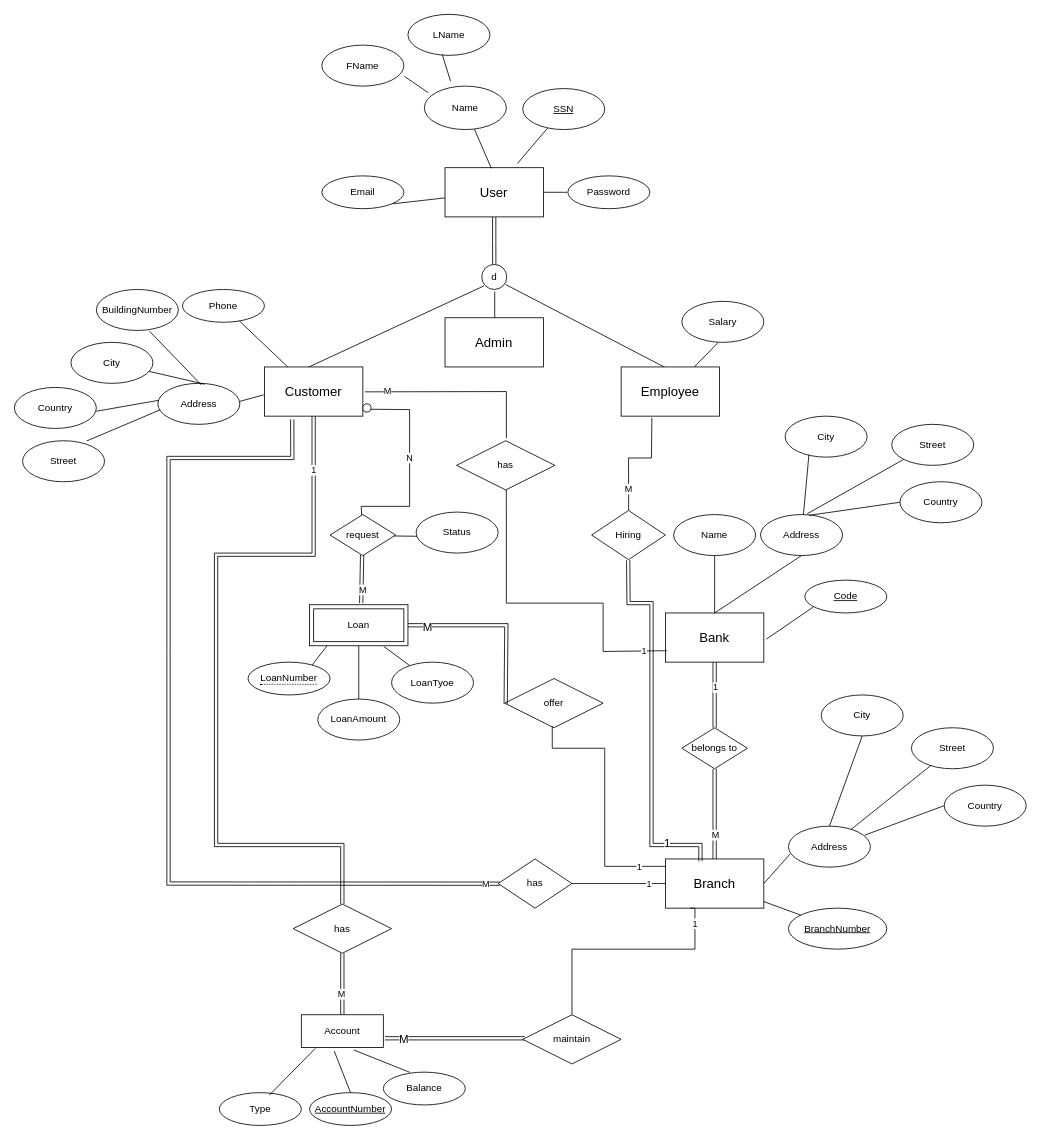
This is ERD/ERD.drawio from 3omarrabi3/Bank-App-Database, a draw.io file, before an edit. Source tidied: cells renumbered, new cells numbered last; positions are measured from the earlier drawing's top-left corner, leaving out a move shared by most shapes. Both pictures are drawn from the tidied source at 82%, with x=0, y=0 at pixel (14, 14).
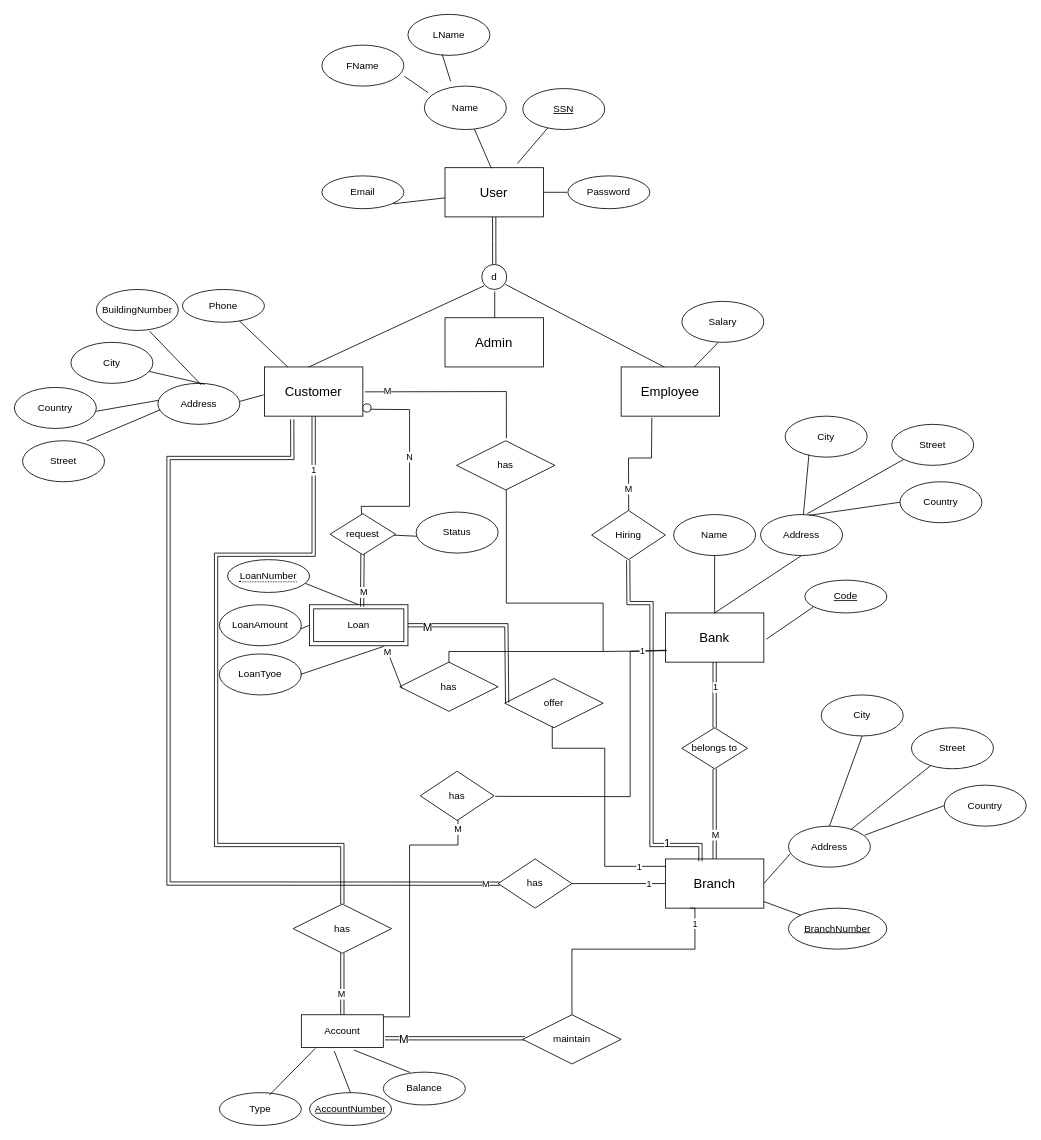
After the change.

The change refers to these unchanged cells:
```xml
<mxCell id="2" value="&lt;font size=&quot;3&quot;&gt;Bank&lt;/font&gt;" style="rounded=0;whiteSpace=wrap;html=1;" parent="1" vertex="1">
  <mxGeometry x="794" y="730" width="120" height="60" as="geometry" />
</mxCell>
<mxCell id="40" value="offer" style="shape=rhombus;perimeter=rhombusPerimeter;whiteSpace=wrap;html=1;align=center;" parent="1" vertex="1">
  <mxGeometry x="598" y="810" width="120" height="60" as="geometry" />
</mxCell>
<mxCell id="44" value="Account" style="whiteSpace=wrap;html=1;align=center;" parent="1" vertex="1">
  <mxGeometry x="350" y="1220" width="100" height="40" as="geometry" />
</mxCell>
<mxCell id="61" value="Loan" style="shape=ext;margin=3;double=1;whiteSpace=wrap;html=1;align=center;" parent="1" vertex="1">
  <mxGeometry x="360" y="720" width="120" height="50" as="geometry" />
</mxCell>
<mxCell id="115" style="endArrow=none;html=1;rounded=0;entryX=0.506;entryY=0.999;entryDx=0;entryDy=0;entryPerimeter=0;exitX=0.017;exitY=0.767;exitDx=0;exitDy=0;exitPerimeter=0;" parent="1" edge="1" source="2" target="117">
  <mxGeometry relative="1" as="geometry">
    <Array as="points">
      <mxPoint x="718" y="777" />
      <mxPoint x="718" y="718" />
      <mxPoint x="600" y="718" />
      <mxPoint x="600" y="600" />
    </Array>
  </mxGeometry>
</mxCell>
```

Diff of the diagram source:
```diff
@@
     <mxCell id="36" value="LoanAmount" style="ellipse;whiteSpace=wrap;html=1;" parent="1" vertex="1">
-      <mxGeometry x="370" y="835" width="100" height="50" as="geometry" />
+      <mxGeometry x="250" y="720" width="100" height="50" as="geometry" />
     </mxCell>
     <mxCell id="37" value="LoanTyoe" style="ellipse;whiteSpace=wrap;html=1;" parent="1" vertex="1">
-      <mxGeometry x="460" y="790" width="100" height="50" as="geometry" />
+      <mxGeometry x="250" y="780" width="100" height="50" as="geometry" />
     </mxCell>
-    <mxCell id="38" style="endArrow=none;html=1;rounded=0;exitX=0.754;exitY=1.015;exitDx=0;exitDy=0;exitPerimeter=0;" parent="1" edge="1" source="61" target="37">
+    <mxCell id="38" style="endArrow=none;html=1;rounded=0;exitX=0.754;exitY=1.015;exitDx=0;exitDy=0;exitPerimeter=0;entryX=0.989;entryY=0.499;entryDx=0;entryDy=0;entryPerimeter=0;" parent="1" edge="1" source="61" target="37">
       <mxGeometry relative="1" as="geometry" />
     </mxCell>
-    <mxCell id="39" style="endArrow=none;html=1;rounded=0;exitX=0.5;exitY=0;exitDx=0;exitDy=0;entryX=0.5;entryY=1;entryDx=0;entryDy=0;" parent="1" edge="1" source="61" target="62">
+    <mxCell id="39" style="endArrow=none;html=1;rounded=0;exitX=0.5;exitY=0;exitDx=0;exitDy=0;entryX=0.948;entryY=0.722;entryDx=0;entryDy=0;entryPerimeter=0;" parent="1" edge="1" source="61" target="62">
       <mxGeometry relative="1" as="geometry" />
     </mxCell>
@@
-    <mxCell id="41" style="endArrow=none;html=1;rounded=0;exitX=1;exitY=0.5;exitDx=0;exitDy=0;shape=link;entryX=0.01;entryY=0.513;entryDx=0;entryDy=0;entryPerimeter=0;" parent="1" edge="1" source="61" target="40">
+    <mxCell id="41" style="endArrow=none;html=1;rounded=0;exitX=1;exitY=0.5;exitDx=0;exitDy=0;shape=link;entryX=0.025;entryY=0.49;entryDx=0;entryDy=0;entryPerimeter=0;" parent="1" edge="1" source="61" target="40">
       <mxGeometry relative="1" as="geometry">
         <Array as="points">
           <mxPoint x="600" y="745" />
         </Array>
       </mxGeometry>
     </mxCell>
@@
     <mxCell id="62" value="&lt;span style=&quot;border-bottom: 1px dotted&quot;&gt;LoanNumber&lt;/span&gt;" style="ellipse;whiteSpace=wrap;html=1;align=center;" parent="1" vertex="1">
-      <mxGeometry x="285" y="790" width="100" height="40" as="geometry" />
+      <mxGeometry x="260" y="665" width="100" height="40" as="geometry" />
     </mxCell>
@@
-    <mxCell id="94" style="endArrow=none;html=1;rounded=0;shape=link;exitX=0.489;exitY=0.978;exitDx=0;exitDy=0;exitPerimeter=0;" parent="1" edge="1" source="96">
-      <mxGeometry x="1" relative="1" as="geometry">
-        <mxPoint x="423" y="718" as="targetPoint" />
-      </mxGeometry>
+    <mxCell id="94" style="endArrow=none;html=1;rounded=0;shape=link;exitX=0.495;exitY=0.978;exitDx=0;exitDy=0;exitPerimeter=0;entryX=0.534;entryY=0.049;entryDx=0;entryDy=0;entryPerimeter=0;" parent="1" edge="1" source="96" target="61">
+      <mxGeometry x="1" relative="1" as="geometry" />
     </mxCell>
@@
     <mxCell id="96" value="request" style="rhombus;whiteSpace=wrap;html=1;rounded=0;" parent="1" vertex="1">
-      <mxGeometry x="385" y="610" width="80" height="50" as="geometry" />
+      <mxGeometry x="385" y="609" width="80" height="50" as="geometry" />
     </mxCell>
@@
+    <mxCell id="117" value="has" style="shape=rhombus;perimeter=rhombusPerimeter;whiteSpace=wrap;html=1;align=center;" parent="1" vertex="1">
+      <mxGeometry x="539.2" y="520" width="120" height="60" as="geometry" />
+    </mxCell>
+    <mxCell id="118" style="endArrow=none;html=1;rounded=0;exitX=0.5;exitY=0.023;exitDx=0;exitDy=0;exitPerimeter=0;" parent="1" edge="1" source="119">
+      <mxGeometry relative="1" as="geometry">
+        <mxPoint x="718" y="777" as="targetPoint" />
+        <Array as="points">
+          <mxPoint x="530" y="777" />
+        </Array>
+      </mxGeometry>
+    </mxCell>
+    <mxCell id="119" value="has" style="shape=rhombus;perimeter=rhombusPerimeter;whiteSpace=wrap;html=1;align=center;" parent="1" vertex="1">
+      <mxGeometry x="470" y="790" width="120" height="60" as="geometry" />
+    </mxCell>
+    <mxCell id="120" style="endArrow=none;html=1;rounded=0;exitX=0.023;exitY=0.536;exitDx=0;exitDy=0;exitPerimeter=0;entryX=0.773;entryY=1.023;entryDx=0;entryDy=0;entryPerimeter=0;" parent="1" edge="1" source="119" target="61">
+      <mxGeometry relative="1" as="geometry" />
+    </mxCell>
+    <mxCell id="121" value="M" style="edgeLabel;html=1;align=center;verticalAlign=middle;" parent="120" vertex="1">
+      <mxGeometry x="0.76" y="1" relative="1" as="geometry" />
+    </mxCell>
+    <mxCell id="122" style="edgeStyle=orthogonalEdgeStyle;rounded=0;jettySize=auto;html=1;endArrow=none;endFill=0;exitX=0.999;exitY=0.064;exitDx=0;exitDy=0;exitPerimeter=0;entryX=0.495;entryY=0.976;entryDx=0;entryDy=0;entryPerimeter=0;" parent="1" edge="1" source="44" target="124">
+      <mxGeometry relative="1" as="geometry">
+        <Array as="points">
+          <mxPoint x="482" y="1223" />
+          <mxPoint x="482" y="1013" />
+          <mxPoint x="541" y="1013" />
+          <mxPoint x="541" y="939" />
+          <mxPoint x="540" y="939" />
+        </Array>
+      </mxGeometry>
+    </mxCell>
+    <mxCell id="123" value="M" style="edgeLabel;html=1;align=center;verticalAlign=middle;" parent="122" vertex="1">
+      <mxGeometry x="0.83" y="1" relative="1" as="geometry">
+        <mxPoint y="48" as="offset" />
+      </mxGeometry>
+    </mxCell>
+    <mxCell id="124" value="has" style="rhombus;whiteSpace=wrap;html=1;" parent="1" vertex="1">
+      <mxGeometry x="495" y="923" width="90" height="60" as="geometry" />
+    </mxCell>
+    <mxCell id="125" style="endArrow=none;html=1;rounded=0;exitX=1.015;exitY=0.511;exitDx=0;exitDy=0;exitPerimeter=0;entryX=0.006;entryY=0.756;entryDx=0;entryDy=0;entryPerimeter=0;" parent="1" edge="1" source="124" target="2">
+      <mxGeometry relative="1" as="geometry">
+        <Array as="points">
+          <mxPoint x="751" y="954" />
+          <mxPoint x="751" y="777" />
+        </Array>
+      </mxGeometry>
+    </mxCell>
-    <mxCell id="116" value="1" style="edgeLabel;html=1;align=center;verticalAlign=middle;" parent="115" vertex="1">
-      <mxGeometry x="-0.85" y="2" relative="1" as="geometry">
-        <mxPoint y="-2" as="offset" />
-      </mxGeometry>
+    <mxCell id="116" value="1" style="edgeLabel;html=1;align=center;verticalAlign=middle;" parent="125" vertex="1">
+      <mxGeometry x="0.85" relative="1" as="geometry" />
     </mxCell>
-    <mxCell id="117" value="has" style="shape=rhombus;perimeter=rhombusPerimeter;whiteSpace=wrap;html=1;align=center;" parent="1" vertex="1">
-      <mxGeometry x="539.2" y="520" width="120" height="60" as="geometry" />
-    </mxCell>
```
